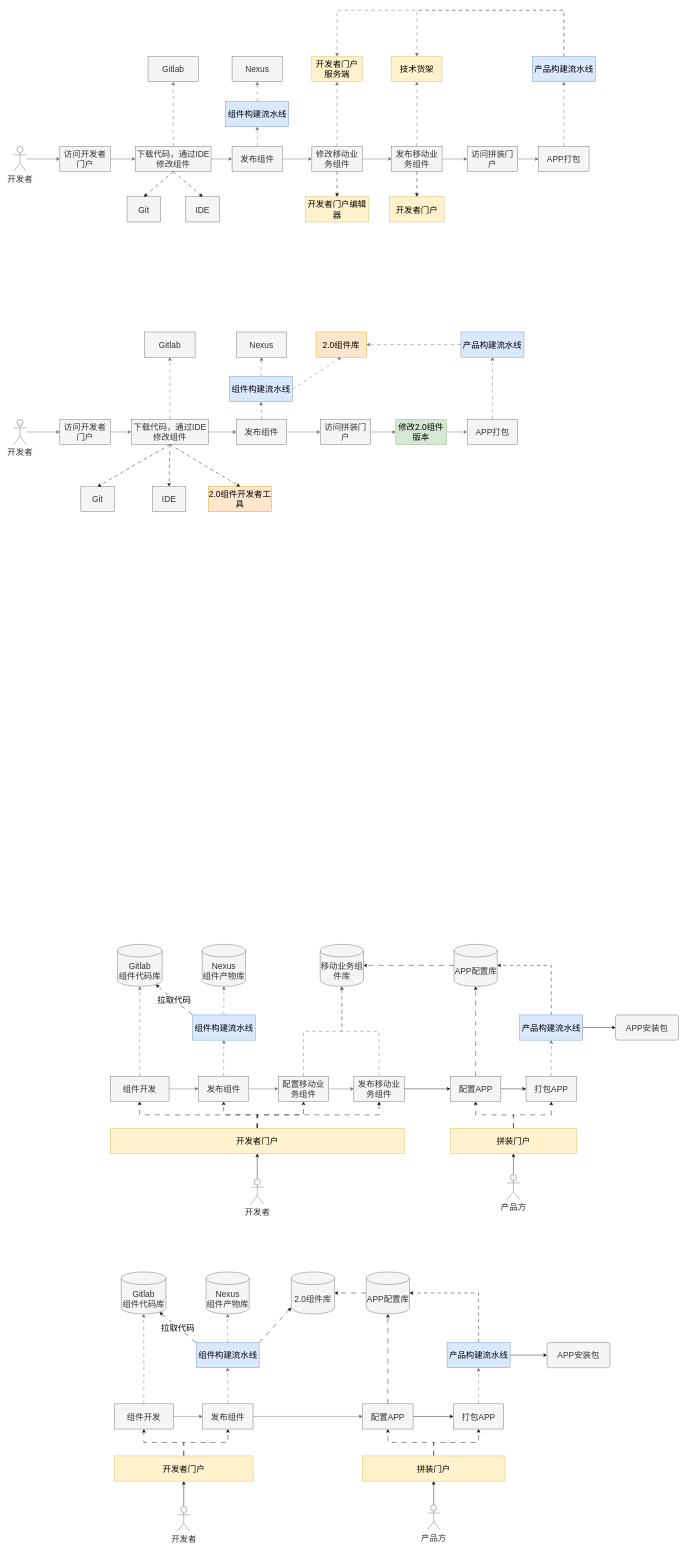
The draw.io diagram page "第 17 页" (17 of 21) of nd-apf.drawio in kwhitestone/drawio, before the edit. Source tidied: cells renumbered, new cells numbered last; positions are measured from the earlier drawing's top-left corner, leaving out a move shared by most shapes. Both pictures are drawn from the tidied source at 42%, with x=0, y=0 at pixel (13, 10).
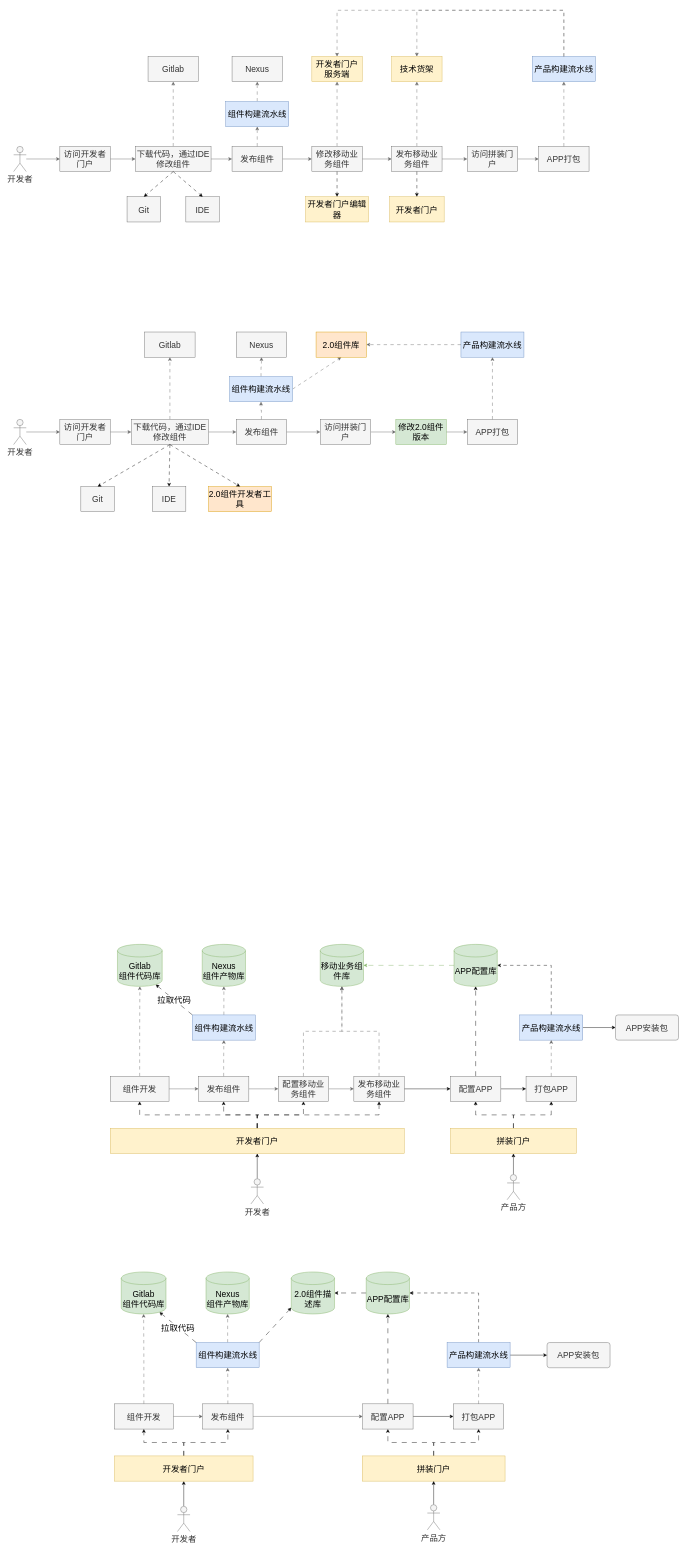
Above is the later version.

Change to the diagram source:
```diff
@@
-    <mxCell id="89" value="&lt;font style=&quot;font-size: 20px;&quot;&gt;Gitlab&lt;br&gt;组件代码库&lt;br&gt;&lt;/font&gt;" style="shape=cylinder3;whiteSpace=wrap;html=1;boundedLbl=1;backgroundOutline=1;size=15;fillColor=#f5f5f5;fontColor=#333333;strokeColor=#666666;" parent="1" vertex="1">
+    <mxCell id="89" value="&lt;font style=&quot;font-size: 20px;&quot;&gt;Gitlab&lt;br&gt;组件代码库&lt;br&gt;&lt;/font&gt;" style="shape=cylinder3;whiteSpace=wrap;html=1;boundedLbl=1;backgroundOutline=1;size=15;fillColor=#d5e8d4;strokeColor=#82b366;" parent="1" vertex="1">
       <mxGeometry x="256.2" y="3004" width="106.5" height="100" as="geometry" />
     </mxCell>
-    <mxCell id="90" value="&lt;font style=&quot;font-size: 20px;&quot;&gt;Nexus&lt;br&gt;组件产物库&lt;/font&gt;" style="shape=cylinder3;whiteSpace=wrap;html=1;boundedLbl=1;backgroundOutline=1;size=15;fillColor=#f5f5f5;fontColor=#333333;strokeColor=#666666;" parent="1" vertex="1">
+    <mxCell id="90" value="&lt;font style=&quot;font-size: 20px;&quot;&gt;Nexus&lt;br&gt;组件产物库&lt;/font&gt;" style="shape=cylinder3;whiteSpace=wrap;html=1;boundedLbl=1;backgroundOutline=1;size=15;fillColor=#d5e8d4;strokeColor=#82b366;" parent="1" vertex="1">
       <mxGeometry x="458" y="3004" width="103" height="100" as="geometry" />
     </mxCell>
@@
-    <mxCell id="97" value="&lt;span style=&quot;font-size: 20px;&quot;&gt;2.0组件库&lt;/span&gt;" style="shape=cylinder3;whiteSpace=wrap;html=1;boundedLbl=1;backgroundOutline=1;size=15;fillColor=#f5f5f5;fontColor=#333333;strokeColor=#666666;" parent="1" vertex="1">
+    <mxCell id="97" value="&lt;span style=&quot;font-size: 20px;&quot;&gt;2.0组件描述库&lt;/span&gt;" style="shape=cylinder3;whiteSpace=wrap;html=1;boundedLbl=1;backgroundOutline=1;size=15;fillColor=#d5e8d4;strokeColor=#82b366;" parent="1" vertex="1">
       <mxGeometry x="661" y="3004" width="103" height="100" as="geometry" />
     </mxCell>
@@
-    <mxCell id="100" style="edgeStyle=orthogonalEdgeStyle;rounded=0;jettySize=auto;html=1;entryX=1;entryY=0.5;entryDx=0;entryDy=0;entryPerimeter=0;dashed=1;dashPattern=12 12;" parent="1" edge="1" source="101" target="97">
+    <mxCell id="100" style="edgeStyle=orthogonalEdgeStyle;rounded=0;jettySize=auto;html=1;entryX=1;entryY=0.5;entryDx=0;entryDy=0;entryPerimeter=0;dashed=1;dashPattern=12 12;fillColor=#d5e8d4;strokeColor=#000000;" parent="1" edge="1" source="101" target="97">
       <mxGeometry relative="1" as="geometry" />
     </mxCell>
-    <mxCell id="101" value="&lt;span style=&quot;font-size: 20px;&quot;&gt;APP配置库&lt;/span&gt;" style="shape=cylinder3;whiteSpace=wrap;html=1;boundedLbl=1;backgroundOutline=1;size=15;fillColor=#f5f5f5;fontColor=#333333;strokeColor=#666666;" parent="1" vertex="1">
+    <mxCell id="101" value="&lt;span style=&quot;font-size: 20px;&quot;&gt;APP配置库&lt;/span&gt;" style="shape=cylinder3;whiteSpace=wrap;html=1;boundedLbl=1;backgroundOutline=1;size=15;fillColor=#d5e8d4;strokeColor=#82b366;" parent="1" vertex="1">
       <mxGeometry x="839.5" y="3004" width="103" height="100" as="geometry" />
     </mxCell>
@@
-    <mxCell id="127" value="&lt;font style=&quot;font-size: 20px;&quot;&gt;Gitlab&lt;br&gt;组件代码库&lt;br&gt;&lt;/font&gt;" style="shape=cylinder3;whiteSpace=wrap;html=1;boundedLbl=1;backgroundOutline=1;size=15;fillColor=#f5f5f5;fontColor=#333333;strokeColor=#666666;" parent="1" vertex="1">
+    <mxCell id="127" value="&lt;font style=&quot;font-size: 20px;&quot;&gt;Gitlab&lt;br&gt;组件代码库&lt;br&gt;&lt;/font&gt;" style="shape=cylinder3;whiteSpace=wrap;html=1;boundedLbl=1;backgroundOutline=1;size=15;fillColor=#d5e8d4;strokeColor=#82b366;" parent="1" vertex="1">
       <mxGeometry x="247.2" y="2224" width="106.5" height="100" as="geometry" />
     </mxCell>
-    <mxCell id="128" value="&lt;font style=&quot;font-size: 20px;&quot;&gt;Nexus&lt;br&gt;组件产物库&lt;/font&gt;" style="shape=cylinder3;whiteSpace=wrap;html=1;boundedLbl=1;backgroundOutline=1;size=15;fillColor=#f5f5f5;fontColor=#333333;strokeColor=#666666;" parent="1" vertex="1">
+    <mxCell id="128" value="&lt;font style=&quot;font-size: 20px;&quot;&gt;Nexus&lt;br&gt;组件产物库&lt;/font&gt;" style="shape=cylinder3;whiteSpace=wrap;html=1;boundedLbl=1;backgroundOutline=1;size=15;fillColor=#d5e8d4;strokeColor=#82b366;" parent="1" vertex="1">
       <mxGeometry x="449" y="2224" width="103" height="100" as="geometry" />
     </mxCell>
@@
-    <mxCell id="135" value="&lt;span style=&quot;font-size: 20px;&quot;&gt;移动业务组件库&lt;/span&gt;" style="shape=cylinder3;whiteSpace=wrap;html=1;boundedLbl=1;backgroundOutline=1;size=15;fillColor=#f5f5f5;fontColor=#333333;strokeColor=#666666;" parent="1" vertex="1">
+    <mxCell id="135" value="&lt;span style=&quot;font-size: 20px;&quot;&gt;移动业务组件库&lt;/span&gt;" style="shape=cylinder3;whiteSpace=wrap;html=1;boundedLbl=1;backgroundOutline=1;size=15;fillColor=#d5e8d4;strokeColor=#82b366;" parent="1" vertex="1">
       <mxGeometry x="730" y="2224" width="103" height="100" as="geometry" />
     </mxCell>
@@
-    <mxCell id="140" style="edgeStyle=orthogonalEdgeStyle;rounded=0;jettySize=auto;html=1;entryX=1;entryY=0.5;entryDx=0;entryDy=0;entryPerimeter=0;dashed=1;dashPattern=12 12;" parent="1" edge="1" source="141" target="135">
+    <mxCell id="140" style="edgeStyle=orthogonalEdgeStyle;rounded=0;jettySize=auto;html=1;entryX=1;entryY=0.5;entryDx=0;entryDy=0;entryPerimeter=0;dashed=1;dashPattern=12 12;fillColor=#d5e8d4;strokeColor=#82b366;" parent="1" edge="1" source="141" target="135">
       <mxGeometry relative="1" as="geometry" />
     </mxCell>
-    <mxCell id="141" value="&lt;span style=&quot;font-size: 20px;&quot;&gt;APP配置库&lt;/span&gt;" style="shape=cylinder3;whiteSpace=wrap;html=1;boundedLbl=1;backgroundOutline=1;size=15;fillColor=#f5f5f5;fontColor=#333333;strokeColor=#666666;" parent="1" vertex="1">
+    <mxCell id="141" value="&lt;span style=&quot;font-size: 20px;&quot;&gt;APP配置库&lt;/span&gt;" style="shape=cylinder3;whiteSpace=wrap;html=1;boundedLbl=1;backgroundOutline=1;size=15;fillColor=#d5e8d4;strokeColor=#82b366;" parent="1" vertex="1">
       <mxGeometry x="1048.5" y="2224" width="103" height="100" as="geometry" />
     </mxCell>
```
